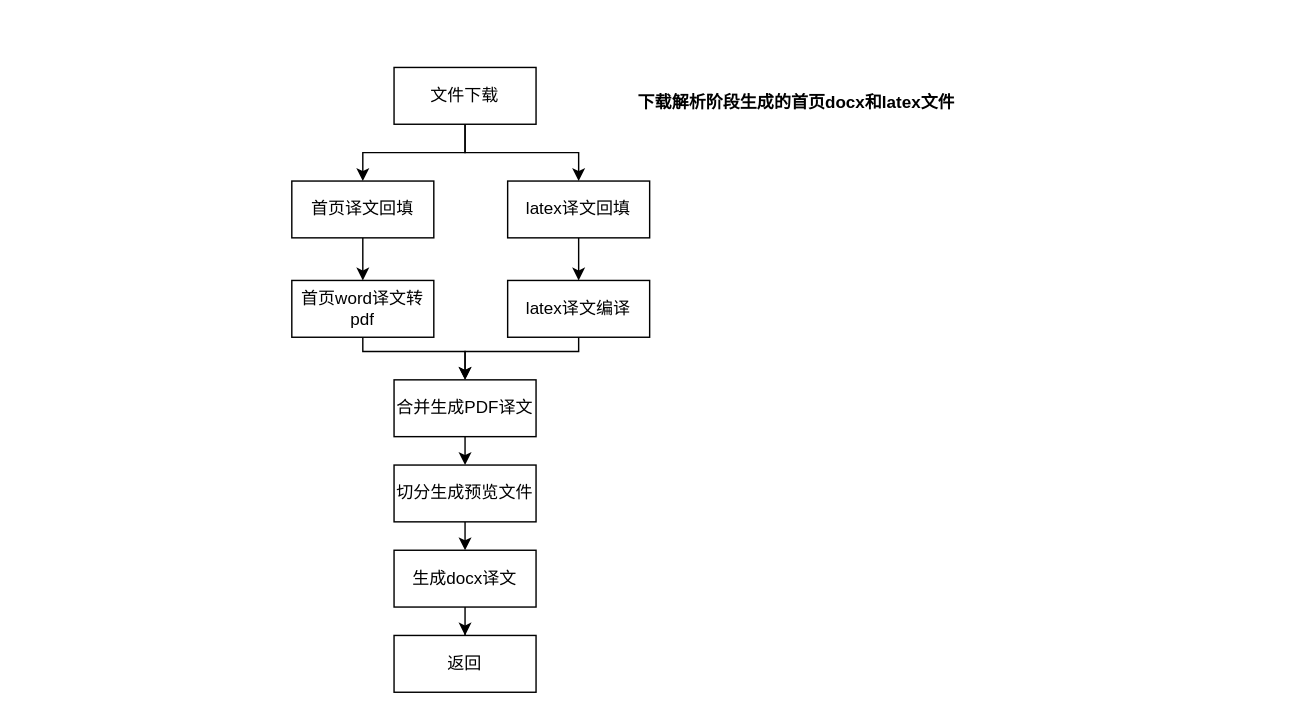
hgdhot/draw keeps this draw.io diagram as backfill_pdf_article.drawio. Above is the earlier version. Source tidied: cells renumbered, new cells numbered last; positions are measured from the earlier drawing's top-left corner, leaving out a move shared by most shapes. Both pictures are drawn from the tidied source at 142%, with x=0, y=0 at pixel (291, 67).
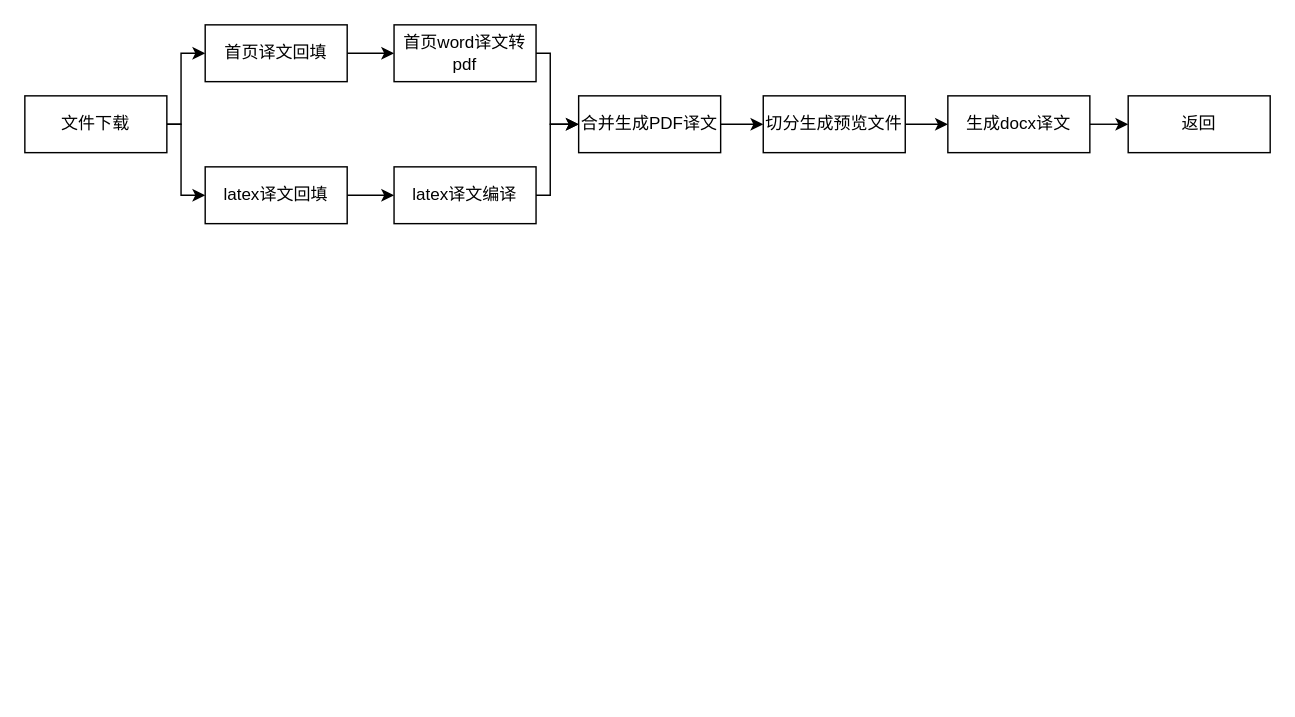
The same page after the edit.

Change to the diagram source:
```diff
@@
-    <mxCell id="2" style="edgeStyle=orthogonalEdgeStyle;rounded=0;jettySize=auto;html=1;exitX=0.5;exitY=1;exitDx=0;exitDy=0;entryX=0.5;entryY=0;entryDx=0;entryDy=0;" parent="1" edge="1" source="4" target="7">
-      <mxGeometry relative="1" as="geometry" />
+    <mxCell id="2" style="edgeStyle=orthogonalEdgeStyle;rounded=0;jettySize=auto;html=1;exitX=1;exitY=0.5;exitDx=0;exitDy=0;entryX=0;entryY=0.5;entryDx=0;entryDy=0;" parent="1" edge="1" source="4" target="7">
+      <mxGeometry relative="1" as="geometry">
+        <Array as="points">
+          <mxPoint x="-78" y="40" />
+          <mxPoint x="-78" y="-10" />
+        </Array>
+      </mxGeometry>
     </mxCell>
-    <mxCell id="3" style="edgeStyle=orthogonalEdgeStyle;rounded=0;jettySize=auto;html=1;exitX=0.5;exitY=1;exitDx=0;exitDy=0;entryX=0.5;entryY=0;entryDx=0;entryDy=0;" parent="1" edge="1" source="4" target="9">
-      <mxGeometry relative="1" as="geometry" />
+    <mxCell id="3" style="edgeStyle=orthogonalEdgeStyle;rounded=0;jettySize=auto;html=1;exitX=1;exitY=0.5;exitDx=0;exitDy=0;entryX=0;entryY=0.5;entryDx=0;entryDy=0;" parent="1" edge="1" source="4" target="9">
+      <mxGeometry relative="1" as="geometry">
+        <Array as="points">
+          <mxPoint x="-78" y="40" />
+          <mxPoint x="-78" y="90" />
+        </Array>
+      </mxGeometry>
     </mxCell>
     <mxCell id="4" value="文件下载" style="rounded=0;whiteSpace=wrap;html=1;" parent="1" vertex="1">
-      <mxGeometry x="72" width="100" height="40" as="geometry" />
+      <mxGeometry x="-188" y="20" width="100" height="40" as="geometry" />
     </mxCell>
-    <mxCell id="5" value="&lt;h1 style=&quot;margin-top: 0px;&quot;&gt;&lt;font style=&quot;font-size: 12px;&quot;&gt;下载解析阶段生成的首页docx和latex文件&lt;/font&gt;&lt;/h1&gt;" style="text;html=1;whiteSpace=wrap;overflow=hidden;rounded=0;" parent="1" vertex="1">
-      <mxGeometry x="242" width="250" height="80" as="geometry" />
-    </mxCell>
-    <mxCell id="6" style="edgeStyle=orthogonalEdgeStyle;rounded=0;jettySize=auto;html=1;entryX=0.5;entryY=0;entryDx=0;entryDy=0;" parent="1" edge="1" source="7" target="11">
+    <mxCell id="6" style="edgeStyle=orthogonalEdgeStyle;rounded=0;jettySize=auto;html=1;exitX=1;exitY=0.5;exitDx=0;exitDy=0;entryX=0;entryY=0.5;entryDx=0;entryDy=0;" parent="1" edge="1" source="7" target="11">
       <mxGeometry relative="1" as="geometry" />
     </mxCell>
     <mxCell id="7" value="首页译文回填" style="rounded=0;whiteSpace=wrap;html=1;" parent="1" vertex="1">
-      <mxGeometry y="80" width="100" height="40" as="geometry" />
+      <mxGeometry x="-61" y="-30" width="100" height="40" as="geometry" />
     </mxCell>
-    <mxCell id="8" style="edgeStyle=orthogonalEdgeStyle;rounded=0;jettySize=auto;html=1;exitX=0.5;exitY=1;exitDx=0;exitDy=0;entryX=0.5;entryY=0;entryDx=0;entryDy=0;" parent="1" edge="1" source="9" target="13">
+    <mxCell id="8" style="edgeStyle=orthogonalEdgeStyle;rounded=0;jettySize=auto;html=1;exitX=1;exitY=0.5;exitDx=0;exitDy=0;entryX=0;entryY=0.5;entryDx=0;entryDy=0;" parent="1" edge="1" source="9" target="13">
       <mxGeometry relative="1" as="geometry" />
     </mxCell>
     <mxCell id="9" value="latex译文回填" style="rounded=0;whiteSpace=wrap;html=1;" parent="1" vertex="1">
-      <mxGeometry x="152" y="80" width="100" height="40" as="geometry" />
+      <mxGeometry x="-61" y="70" width="100" height="40" as="geometry" />
     </mxCell>
-    <mxCell id="10" style="edgeStyle=orthogonalEdgeStyle;rounded=0;jettySize=auto;html=1;exitX=0.5;exitY=1;exitDx=0;exitDy=0;" parent="1" edge="1" source="11" target="15">
+    <mxCell id="10" style="edgeStyle=orthogonalEdgeStyle;rounded=0;jettySize=auto;html=1;exitX=1;exitY=0.5;exitDx=0;exitDy=0;entryX=0;entryY=0.5;entryDx=0;entryDy=0;" parent="1" edge="1" source="11" target="15">
       <mxGeometry relative="1" as="geometry">
         <Array as="points">
-          <mxPoint x="50" y="200" />
-          <mxPoint x="122" y="200" />
+          <mxPoint x="182" y="-10" />
+          <mxPoint x="182" y="40" />
         </Array>
       </mxGeometry>
     </mxCell>
     <mxCell id="11" value="首页word译文转pdf" style="rounded=0;whiteSpace=wrap;html=1;" parent="1" vertex="1">
-      <mxGeometry y="150" width="100" height="40" as="geometry" />
+      <mxGeometry x="72" y="-30" width="100" height="40" as="geometry" />
     </mxCell>
-    <mxCell id="12" style="edgeStyle=orthogonalEdgeStyle;rounded=0;jettySize=auto;html=1;exitX=0.5;exitY=1;exitDx=0;exitDy=0;entryX=0.5;entryY=0;entryDx=0;entryDy=0;" parent="1" edge="1" source="13" target="15">
+    <mxCell id="12" style="edgeStyle=orthogonalEdgeStyle;rounded=0;jettySize=auto;html=1;exitX=1;exitY=0.5;exitDx=0;exitDy=0;entryX=0;entryY=0.5;entryDx=0;entryDy=0;" parent="1" edge="1" source="13" target="15">
       <mxGeometry relative="1" as="geometry">
         <Array as="points">
-          <mxPoint x="202" y="200" />
-          <mxPoint x="122" y="200" />
+          <mxPoint x="182" y="90" />
+          <mxPoint x="182" y="40" />
         </Array>
       </mxGeometry>
     </mxCell>
     <mxCell id="13" value="latex译文编译" style="rounded=0;whiteSpace=wrap;html=1;" parent="1" vertex="1">
-      <mxGeometry x="152" y="150" width="100" height="40" as="geometry" />
+      <mxGeometry x="72" y="70" width="100" height="40" as="geometry" />
     </mxCell>
-    <mxCell id="14" style="edgeStyle=orthogonalEdgeStyle;rounded=0;jettySize=auto;html=1;exitX=0.5;exitY=1;exitDx=0;exitDy=0;entryX=0.5;entryY=0;entryDx=0;entryDy=0;" parent="1" edge="1" source="15" target="17">
+    <mxCell id="14" style="edgeStyle=orthogonalEdgeStyle;rounded=0;jettySize=auto;html=1;exitX=1;exitY=0.5;exitDx=0;exitDy=0;entryX=0;entryY=0.5;entryDx=0;entryDy=0;" parent="1" edge="1" source="15" target="17">
       <mxGeometry relative="1" as="geometry" />
     </mxCell>
     <mxCell id="15" value="合并生成PDF译文" style="rounded=0;whiteSpace=wrap;html=1;" parent="1" vertex="1">
-      <mxGeometry x="72" y="220" width="100" height="40" as="geometry" />
+      <mxGeometry x="202" y="20" width="100" height="40" as="geometry" />
     </mxCell>
-    <mxCell id="16" style="edgeStyle=orthogonalEdgeStyle;rounded=0;jettySize=auto;html=1;exitX=0.5;exitY=1;exitDx=0;exitDy=0;entryX=0.5;entryY=0;entryDx=0;entryDy=0;" parent="1" edge="1" source="17" target="19">
+    <mxCell id="16" style="edgeStyle=orthogonalEdgeStyle;rounded=0;jettySize=auto;html=1;exitX=1;exitY=0.5;exitDx=0;exitDy=0;entryX=0;entryY=0.5;entryDx=0;entryDy=0;" parent="1" edge="1" source="17" target="19">
       <mxGeometry relative="1" as="geometry" />
     </mxCell>
     <mxCell id="17" value="切分生成预览文件" style="rounded=0;whiteSpace=wrap;html=1;" parent="1" vertex="1">
-      <mxGeometry x="72" y="280" width="100" height="40" as="geometry" />
+      <mxGeometry x="332" y="20" width="100" height="40" as="geometry" />
     </mxCell>
-    <mxCell id="18" style="edgeStyle=orthogonalEdgeStyle;rounded=0;jettySize=auto;html=1;exitX=0.5;exitY=1;exitDx=0;exitDy=0;" parent="1" edge="1" source="19" target="20">
+    <mxCell id="18" style="edgeStyle=orthogonalEdgeStyle;rounded=0;jettySize=auto;html=1;exitX=1;exitY=0.5;exitDx=0;exitDy=0;entryX=0;entryY=0.5;entryDx=0;entryDy=0;" parent="1" edge="1" source="19" target="20">
       <mxGeometry relative="1" as="geometry" />
     </mxCell>
     <mxCell id="19" value="生成docx译文" style="rounded=0;whiteSpace=wrap;html=1;" parent="1" vertex="1">
-      <mxGeometry x="72" y="340" width="100" height="40" as="geometry" />
+      <mxGeometry x="462" y="20" width="100" height="40" as="geometry" />
     </mxCell>
     <mxCell id="20" value="返回" style="rounded=0;whiteSpace=wrap;html=1;" parent="1" vertex="1">
-      <mxGeometry x="72" y="400" width="100" height="40" as="geometry" />
+      <mxGeometry x="589" y="20" width="100" height="40" as="geometry" />
     </mxCell>
```
